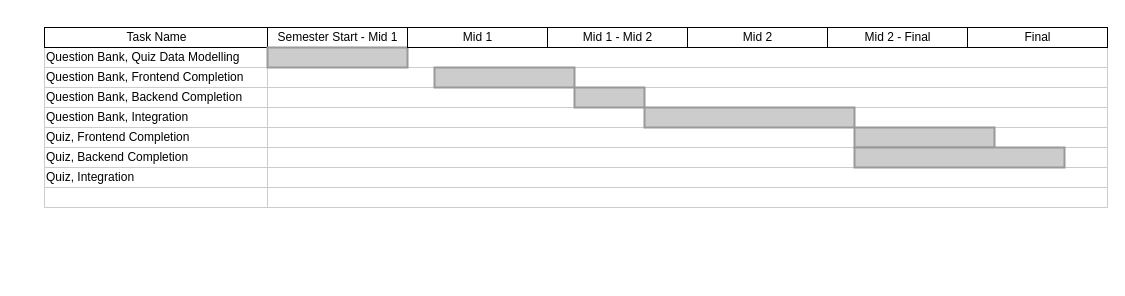
Earlier version of the draw.io diagram FYP II Progress Report, Gantt Timeline Chart.drawio (Rubix982/DrawIODiagrams). Source tidied: cells renumbered, new cells numbered last; positions are measured from the earlier drawing's top-left corner, leaving out a move shared by most shapes. Both pictures are drawn from the tidied source at 100%, with x=0, y=0 at pixel (44, 27).
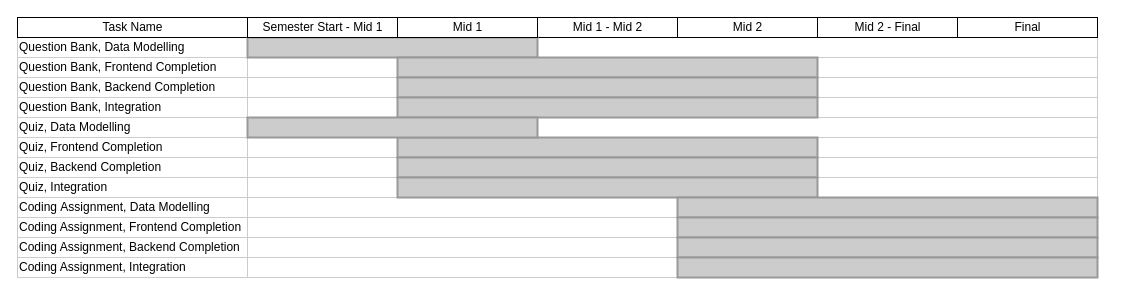
Above is the later version.

What changed in the source:
```diff
@@
-    <mxCell id="2" value="Question Bank, Quiz Data Modelling" style="align=left;strokeColor=#CCCCCC;html=1;" parent="1" vertex="1">
-      <mxGeometry y="20" width="223" height="20" as="geometry" />
+    <mxCell id="2" value="Question Bank, Data Modelling" style="align=left;strokeColor=#CCCCCC;html=1;" parent="1" vertex="1">
+      <mxGeometry x="-27" y="10" width="230" height="20" as="geometry" />
     </mxCell>
     <mxCell id="3" value="Question Bank, Frontend Completion" style="align=left;strokeColor=#CCCCCC;html=1;" parent="1" vertex="1">
-      <mxGeometry y="40" width="223" height="20" as="geometry" />
+      <mxGeometry x="-27" y="30" width="230" height="20" as="geometry" />
     </mxCell>
     <mxCell id="4" value="Question Bank, Backend Completion" style="align=left;strokeColor=#CCCCCC;html=1;" parent="1" vertex="1">
-      <mxGeometry y="60" width="223" height="20" as="geometry" />
+      <mxGeometry x="-27" y="50" width="230" height="20" as="geometry" />
     </mxCell>
     <mxCell id="5" value="Question Bank, Integration" style="align=left;strokeColor=#CCCCCC;html=1;" parent="1" vertex="1">
-      <mxGeometry y="80" width="223" height="20" as="geometry" />
+      <mxGeometry x="-27" y="70" width="230" height="20" as="geometry" />
     </mxCell>
     <mxCell id="6" value="Quiz, Frontend Completion" style="align=left;strokeColor=#CCCCCC;html=1;" parent="1" vertex="1">
-      <mxGeometry y="100" width="223" height="20" as="geometry" />
+      <mxGeometry x="-27" y="110" width="230" height="20" as="geometry" />
     </mxCell>
     <mxCell id="7" value="Quiz, Backend Completion" style="align=left;strokeColor=#CCCCCC;html=1;" parent="1" vertex="1">
-      <mxGeometry y="120" width="223" height="20" as="geometry" />
+      <mxGeometry x="-27" y="130" width="230" height="20" as="geometry" />
     </mxCell>
     <mxCell id="8" value="Task Name" style="strokeWidth=1;fontStyle=0;html=1;" parent="1" vertex="1">
-      <mxGeometry width="223" height="20" as="geometry" />
+      <mxGeometry x="-27" y="-10" width="230" height="20" as="geometry" />
     </mxCell>
     <mxCell id="9" value="Quiz, Integration" style="align=left;strokeColor=#CCCCCC;html=1;" parent="1" vertex="1">
-      <mxGeometry y="140" width="223" height="20" as="geometry" />
+      <mxGeometry x="-27" y="150" width="230" height="20" as="geometry" />
     </mxCell>
-    <mxCell id="10" style="align=left;strokeColor=#CCCCCC;html=1;" parent="1" vertex="1">
-      <mxGeometry y="160" width="223" height="20" as="geometry" />
+    <mxCell id="10" value="Quiz, Data Modelling" style="align=left;strokeColor=#CCCCCC;html=1;" parent="1" vertex="1">
+      <mxGeometry x="-27" y="90" width="230" height="20" as="geometry" />
     </mxCell>
     <mxCell id="11" style="align=left;strokeColor=#CCCCCC;html=1;" parent="1" vertex="1">
-      <mxGeometry x="320" y="20" width="743" height="20" as="geometry" />
+      <mxGeometry x="203" y="10" width="850" height="20" as="geometry" />
     </mxCell>
-    <mxCell id="12" value="Semester Start - Mid 1" style="strokeWidth=1;fontStyle=0;html=1;" parent="1" vertex="1">
-      <mxGeometry x="223" width="140" height="20" as="geometry" />
-    </mxCell>
     <mxCell id="13" value="Mid 1 - Mid 2" style="strokeWidth=1;fontStyle=0;html=1;" parent="1" vertex="1">
-      <mxGeometry x="503" width="140" height="20" as="geometry" />
+      <mxGeometry x="493" y="-10" width="140" height="20" as="geometry" />
     </mxCell>
     <mxCell id="14" value="Mid 2" style="strokeWidth=1;fontStyle=0;html=1;" parent="1" vertex="1">
-      <mxGeometry x="643" width="140" height="20" as="geometry" />
+      <mxGeometry x="633" y="-10" width="140" height="20" as="geometry" />
     </mxCell>
     <mxCell id="15" value="Mid 2 - Final" style="strokeWidth=1;fontStyle=0;html=1;" parent="1" vertex="1">
-      <mxGeometry x="783" width="140" height="20" as="geometry" />
+      <mxGeometry x="773" y="-10" width="140" height="20" as="geometry" />
     </mxCell>
     <mxCell id="16" value="Final" style="strokeWidth=1;fontStyle=0;html=1;" parent="1" vertex="1">
-      <mxGeometry x="923" width="140" height="20" as="geometry" />
+      <mxGeometry x="913" y="-10" width="140" height="20" as="geometry" />
     </mxCell>
     <mxCell id="17" style="align=left;strokeColor=#CCCCCC;html=1;" parent="1" vertex="1">
-      <mxGeometry x="223" y="40" width="840" height="20" as="geometry" />
+      <mxGeometry x="203" y="30" width="850" height="20" as="geometry" />
     </mxCell>
     <mxCell id="18" style="align=left;strokeColor=#CCCCCC;html=1;" parent="1" vertex="1">
-      <mxGeometry x="223" y="60" width="840" height="20" as="geometry" />
+      <mxGeometry x="203" y="50" width="850" height="20" as="geometry" />
     </mxCell>
     <mxCell id="19" style="align=left;strokeColor=#CCCCCC;html=1;" parent="1" vertex="1">
-      <mxGeometry x="223" y="80" width="840" height="20" as="geometry" />
+      <mxGeometry x="203" y="70" width="850" height="20" as="geometry" />
     </mxCell>
     <mxCell id="20" style="align=left;strokeColor=#CCCCCC;html=1;" parent="1" vertex="1">
-      <mxGeometry x="223" y="100" width="840" height="20" as="geometry" />
+      <mxGeometry x="203" y="110" width="850" height="20" as="geometry" />
     </mxCell>
     <mxCell id="21" style="align=left;strokeColor=#CCCCCC;html=1;" parent="1" vertex="1">
-      <mxGeometry x="223" y="120" width="840" height="20" as="geometry" />
+      <mxGeometry x="203" y="130" width="850" height="20" as="geometry" />
     </mxCell>
     <mxCell id="22" style="align=left;strokeColor=#CCCCCC;html=1;" parent="1" vertex="1">
-      <mxGeometry x="223" y="140" width="840" height="20" as="geometry" />
+      <mxGeometry x="203" y="150" width="850" height="20" as="geometry" />
     </mxCell>
     <mxCell id="23" style="align=left;strokeColor=#CCCCCC;html=1;" parent="1" vertex="1">
-      <mxGeometry x="223" y="160" width="840" height="20" as="geometry" />
+      <mxGeometry x="203" y="90" width="850" height="20" as="geometry" />
     </mxCell>
     <mxCell id="24" style="whiteSpace=wrap;html=1;strokeWidth=2;fillColor=#CCCCCC;gradientColor=none;fontSize=14;align=center;strokeColor=#999999;" parent="1" vertex="1">
-      <mxGeometry x="223" y="20" width="140" height="20" as="geometry" />
+      <mxGeometry x="203" y="10" width="290" height="20" as="geometry" />
     </mxCell>
     <mxCell id="25" style="whiteSpace=wrap;html=1;strokeWidth=2;fillColor=#CCCCCC;gradientColor=none;fontSize=14;align=center;strokeColor=#999999;" parent="1" vertex="1">
-      <mxGeometry x="390" y="40" width="140" height="20" as="geometry" />
+      <mxGeometry x="353" y="30" width="420" height="20" as="geometry" />
     </mxCell>
     <mxCell id="26" style="whiteSpace=wrap;html=1;strokeWidth=2;fillColor=#CCCCCC;gradientColor=none;fontSize=14;align=center;strokeColor=#999999;" parent="1" vertex="1">
-      <mxGeometry x="530" y="60" width="70" height="20" as="geometry" />
+      <mxGeometry x="353" y="50" width="420" height="20" as="geometry" />
     </mxCell>
     <mxCell id="27" style="whiteSpace=wrap;html=1;strokeWidth=2;fillColor=#CCCCCC;gradientColor=none;fontSize=14;align=center;strokeColor=#999999;" parent="1" vertex="1">
-      <mxGeometry x="600" y="80" width="210" height="20" as="geometry" />
+      <mxGeometry x="353" y="70" width="420" height="20" as="geometry" />
     </mxCell>
     <mxCell id="28" style="whiteSpace=wrap;html=1;strokeWidth=2;fillColor=#CCCCCC;gradientColor=none;fontSize=14;align=center;strokeColor=#999999;" parent="1" vertex="1">
-      <mxGeometry x="810" y="100" width="140" height="20" as="geometry" />
+      <mxGeometry x="353" y="110" width="420" height="20" as="geometry" />
     </mxCell>
     <mxCell id="29" style="whiteSpace=wrap;html=1;strokeWidth=2;fillColor=#CCCCCC;gradientColor=none;fontSize=14;align=center;strokeColor=#999999;" parent="1" vertex="1">
-      <mxGeometry x="810" y="120" width="210" height="20" as="geometry" />
+      <mxGeometry x="353" y="130" width="420" height="20" as="geometry" />
     </mxCell>
     <mxCell id="30" value="Mid 1" style="strokeWidth=1;fontStyle=0;html=1;" parent="1" vertex="1">
-      <mxGeometry x="363" width="140" height="20" as="geometry" />
+      <mxGeometry x="353" y="-10" width="140" height="20" as="geometry" />
     </mxCell>
+    <mxCell id="31" value="Coding&amp;nbsp;Assignment, Data Modelling" style="align=left;strokeColor=#CCCCCC;html=1;" parent="1" vertex="1">
+      <mxGeometry x="-27" y="170" width="230" height="20" as="geometry" />
+    </mxCell>
+    <mxCell id="32" style="align=left;strokeColor=#CCCCCC;html=1;" parent="1" vertex="1">
+      <mxGeometry x="203" y="170" width="850" height="20" as="geometry" />
+    </mxCell>
+    <mxCell id="33" value="Coding Assignment, Frontend Completion" style="align=left;strokeColor=#CCCCCC;html=1;" parent="1" vertex="1">
+      <mxGeometry x="-27" y="190" width="230" height="20" as="geometry" />
+    </mxCell>
+    <mxCell id="34" style="align=left;strokeColor=#CCCCCC;html=1;" parent="1" vertex="1">
+      <mxGeometry x="203" y="190" width="850" height="20" as="geometry" />
+    </mxCell>
+    <mxCell id="35" value="Coding Assignment, Backend Completion" style="align=left;strokeColor=#CCCCCC;html=1;" parent="1" vertex="1">
+      <mxGeometry x="-27" y="210" width="230" height="20" as="geometry" />
+    </mxCell>
+    <mxCell id="36" style="align=left;strokeColor=#CCCCCC;html=1;" parent="1" vertex="1">
+      <mxGeometry x="203" y="210" width="850" height="20" as="geometry" />
+    </mxCell>
+    <mxCell id="37" value="Coding Assignment, Integration" style="align=left;strokeColor=#CCCCCC;html=1;" parent="1" vertex="1">
+      <mxGeometry x="-27" y="230" width="230" height="20" as="geometry" />
+    </mxCell>
+    <mxCell id="38" style="align=left;strokeColor=#CCCCCC;html=1;" parent="1" vertex="1">
+      <mxGeometry x="203" y="230" width="850" height="20" as="geometry" />
+    </mxCell>
+    <mxCell id="12" value="Semester Start - Mid 1" style="strokeWidth=1;fontStyle=0;html=1;" parent="1" vertex="1">
+      <mxGeometry x="203" y="-10" width="150" height="20" as="geometry" />
+    </mxCell>
+    <mxCell id="39" style="whiteSpace=wrap;html=1;strokeWidth=2;fillColor=#CCCCCC;gradientColor=none;fontSize=14;align=center;strokeColor=#999999;" parent="1" vertex="1">
+      <mxGeometry x="203" y="90" width="290" height="20" as="geometry" />
+    </mxCell>
+    <mxCell id="40" style="whiteSpace=wrap;html=1;strokeWidth=2;fillColor=#CCCCCC;gradientColor=none;fontSize=14;align=center;strokeColor=#999999;" parent="1" vertex="1">
+      <mxGeometry x="353" y="150" width="420" height="20" as="geometry" />
+    </mxCell>
+    <mxCell id="41" style="whiteSpace=wrap;html=1;strokeWidth=2;fillColor=#CCCCCC;gradientColor=none;fontSize=14;align=center;strokeColor=#999999;" parent="1" vertex="1">
+      <mxGeometry x="633" y="170" width="420" height="20" as="geometry" />
+    </mxCell>
+    <mxCell id="42" style="whiteSpace=wrap;html=1;strokeWidth=2;fillColor=#CCCCCC;gradientColor=none;fontSize=14;align=center;strokeColor=#999999;" parent="1" vertex="1">
+      <mxGeometry x="633" y="190" width="420" height="20" as="geometry" />
+    </mxCell>
+    <mxCell id="43" style="whiteSpace=wrap;html=1;strokeWidth=2;fillColor=#CCCCCC;gradientColor=none;fontSize=14;align=center;strokeColor=#999999;" parent="1" vertex="1">
+      <mxGeometry x="633" y="210" width="420" height="20" as="geometry" />
+    </mxCell>
+    <mxCell id="44" style="whiteSpace=wrap;html=1;strokeWidth=2;fillColor=#CCCCCC;gradientColor=none;fontSize=14;align=center;strokeColor=#999999;" parent="1" vertex="1">
+      <mxGeometry x="633" y="230" width="420" height="20" as="geometry" />
+    </mxCell>
```
